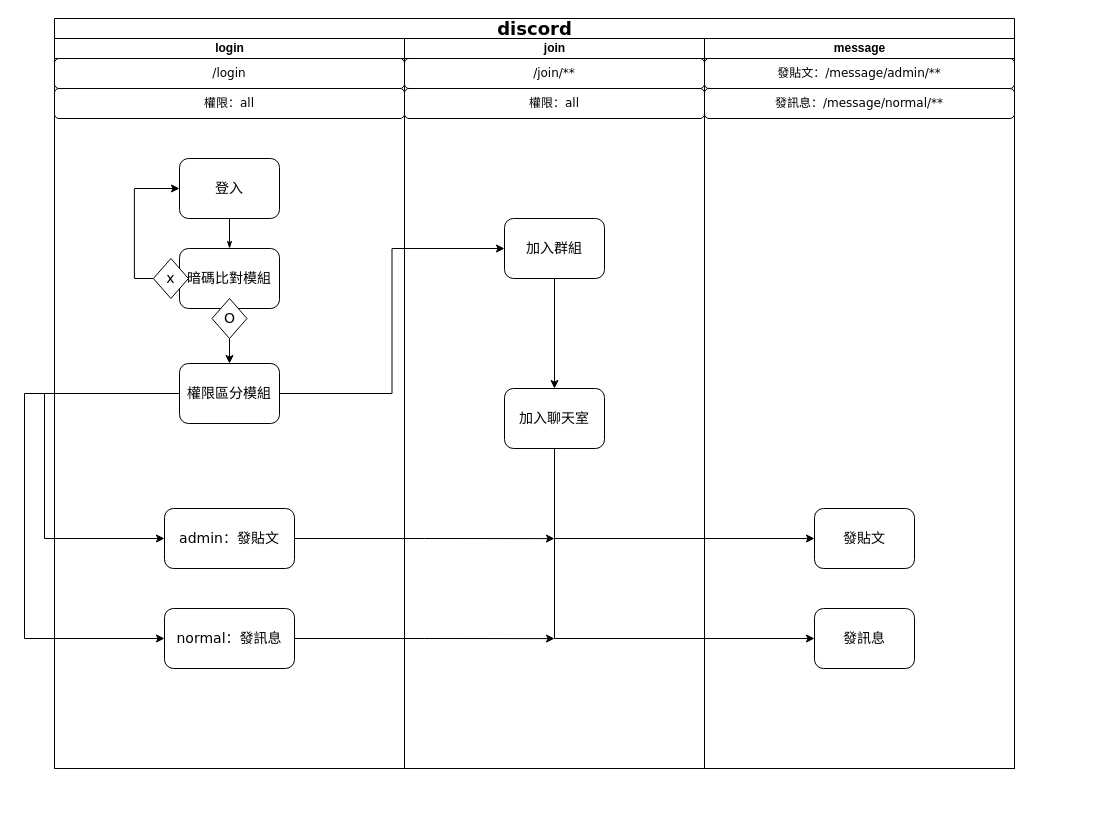
Before: uml.drawio in Vinskao/discord, a draw.io diagram. Source tidied: cells renumbered, new cells numbered last; positions are measured from the earlier drawing's top-left corner, leaving out a move shared by most shapes. Both pictures are drawn from the tidied source at 100%, with x=0, y=0 at pixel (24, 18).
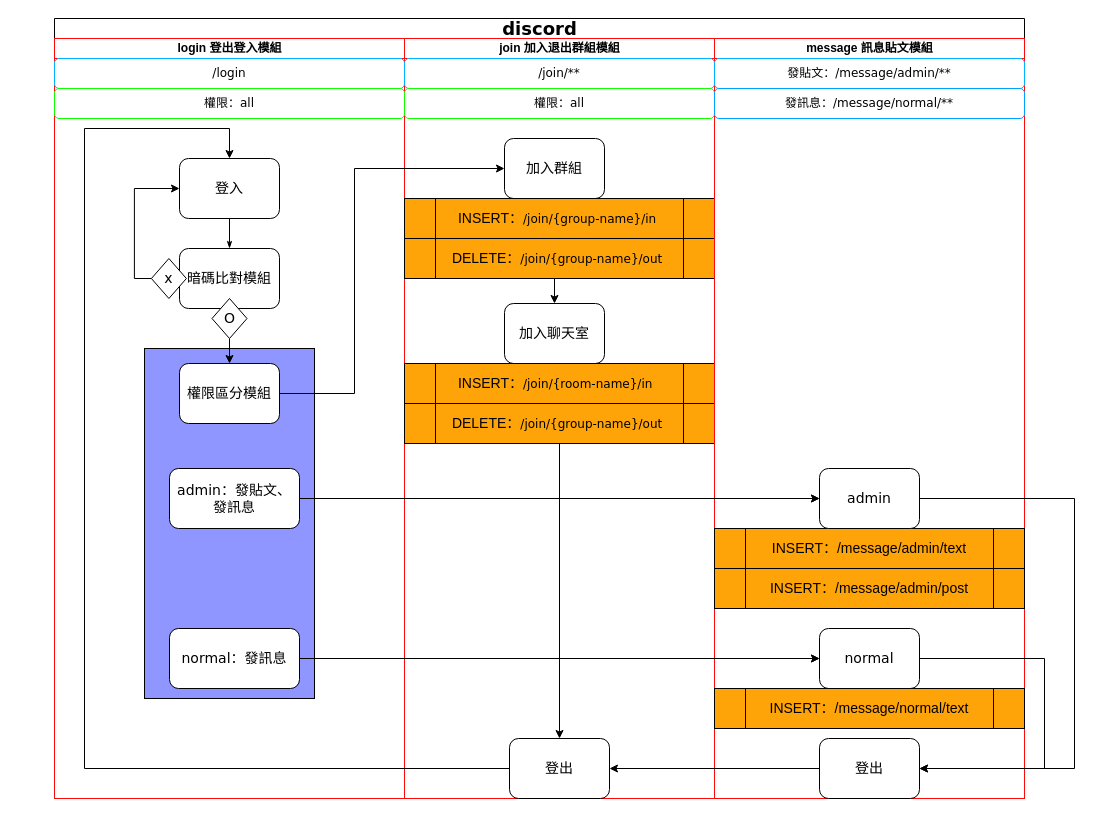
Above is the later version.

Unchanged cells that the change refers to:
```xml
<mxCell id="4" value="&lt;font style=&quot;font-size: 14px;&quot;&gt;登入&lt;/font&gt;" style="rounded=1;whiteSpace=wrap;html=1;shadow=0;labelBackgroundColor=none;strokeWidth=1;fontFamily=Verdana;fontSize=8;align=center;" parent="3" vertex="1">
  <mxGeometry x="125" y="120" width="100" height="60" as="geometry" />
</mxCell>
<mxCell id="16" value="&lt;font style=&quot;font-size: 14px;&quot;&gt;權限區分模組&lt;/font&gt;" style="rounded=1;whiteSpace=wrap;html=1;shadow=0;labelBackgroundColor=none;strokeWidth=1;fontFamily=Verdana;fontSize=8;align=center;" parent="3" vertex="1">
  <mxGeometry x="125" y="325" width="100" height="60" as="geometry" />
</mxCell>
```

Diff of the diagram source:
```diff
@@
     <mxCell id="2" value="&lt;font style=&quot;font-size: 18px;&quot;&gt;discord&lt;/font&gt;" style="swimlane;html=1;startSize=20;rounded=0;shadow=0;labelBackgroundColor=none;strokeWidth=1;fontFamily=Verdana;fontSize=8;align=center;" parent="1" vertex="1">
-      <mxGeometry x="30" width="960" height="750" as="geometry" />
+      <mxGeometry x="30" width="970" height="780" as="geometry" />
     </mxCell>
+    <mxCell id="36" style="edgeStyle=orthogonalEdgeStyle;rounded=0;jettySize=auto;html=1;exitX=0.5;exitY=1;exitDx=0;exitDy=0;entryX=0;entryY=0.5;entryDx=0;entryDy=0;" parent="2" edge="1" source="41" target="34">
+      <mxGeometry relative="1" as="geometry" />
+    </mxCell>
-    <mxCell id="3" value="login" style="swimlane;html=1;startSize=20;" parent="2" vertex="1">
-      <mxGeometry y="20" width="350" height="730" as="geometry" />
+    <mxCell id="3" value="login 登出登入模組" style="swimlane;html=1;startSize=20;strokeColor=#FF0808;" parent="2" vertex="1">
+      <mxGeometry y="20" width="350" height="760" as="geometry" />
     </mxCell>
+    <mxCell id="37" style="rounded=0;whiteSpace=wrap;html=1;fillColor=#8F96FF;" parent="3" vertex="1">
+      <mxGeometry x="90" y="310" width="170" height="350" as="geometry" />
+    </mxCell>
@@
-    <mxCell id="6" style="edgeStyle=orthogonalEdgeStyle;rounded=0;jettySize=auto;html=1;exitX=1;exitY=0.5;exitDx=0;exitDy=0;" parent="3" edge="1" source="7">
-      <mxGeometry relative="1" as="geometry">
-        <mxPoint x="500" y="500.1" as="targetPoint" />
-      </mxGeometry>
-    </mxCell>
-    <mxCell id="7" value="&lt;font style=&quot;font-size: 14px;&quot;&gt;admin：發貼文&lt;/font&gt;" style="rounded=1;whiteSpace=wrap;html=1;shadow=0;labelBackgroundColor=none;strokeWidth=1;fontFamily=Verdana;fontSize=8;align=center;" parent="3" vertex="1">
-      <mxGeometry x="110" y="470" width="130" height="60" as="geometry" />
-    </mxCell>
-    <mxCell id="8" value="&lt;font style=&quot;font-size: 12px;&quot;&gt;/login&lt;/font&gt;" style="rounded=1;whiteSpace=wrap;html=1;shadow=0;labelBackgroundColor=none;strokeWidth=1;fontFamily=Verdana;fontSize=8;align=center;" parent="3" vertex="1">
+    <mxCell id="8" value="&lt;font style=&quot;font-size: 12px;&quot;&gt;/login&lt;/font&gt;" style="rounded=1;whiteSpace=wrap;html=1;shadow=0;labelBackgroundColor=none;strokeWidth=1;fontFamily=Verdana;fontSize=8;align=center;strokeColor=#00B3FF;" parent="3" vertex="1">
       <mxGeometry y="20" width="350" height="30" as="geometry" />
     </mxCell>
@@
     <mxCell id="11" value="&lt;font style=&quot;font-size: 14px;&quot;&gt;x&lt;/font&gt;" style="rhombus;whiteSpace=wrap;html=1;rounded=0;shadow=0;labelBackgroundColor=none;strokeWidth=1;fontFamily=Verdana;fontSize=8;align=center;" parent="3" vertex="1">
-      <mxGeometry x="98.9" y="220" width="35" height="40" as="geometry" />
+      <mxGeometry x="96.9" y="220" width="35" height="40" as="geometry" />
     </mxCell>
@@
-    <mxCell id="14" style="edgeStyle=orthogonalEdgeStyle;rounded=0;jettySize=auto;html=1;exitX=0;exitY=0.5;exitDx=0;exitDy=0;entryX=0;entryY=0.5;entryDx=0;entryDy=0;" parent="3" edge="1" source="16" target="7">
-      <mxGeometry relative="1" as="geometry">
-        <Array as="points">
-          <mxPoint x="-10" y="355" />
-          <mxPoint x="-10" y="500" />
-        </Array>
-      </mxGeometry>
-    </mxCell>
-    <mxCell id="15" style="edgeStyle=orthogonalEdgeStyle;rounded=0;jettySize=auto;html=1;exitX=0;exitY=0.5;exitDx=0;exitDy=0;entryX=0;entryY=0.5;entryDx=0;entryDy=0;" parent="3" edge="1" source="16" target="18">
-      <mxGeometry relative="1" as="geometry">
-        <Array as="points">
-          <mxPoint x="-30" y="355" />
-          <mxPoint x="-30" y="600" />
-        </Array>
-      </mxGeometry>
-    </mxCell>
@@
-    <mxCell id="17" style="edgeStyle=orthogonalEdgeStyle;rounded=0;jettySize=auto;html=1;exitX=1;exitY=0.5;exitDx=0;exitDy=0;" parent="3" edge="1" source="18">
-      <mxGeometry relative="1" as="geometry">
-        <mxPoint x="500" y="600.1" as="targetPoint" />
-      </mxGeometry>
-    </mxCell>
-    <mxCell id="18" value="&lt;font style=&quot;font-size: 14px;&quot;&gt;normal：發訊息&lt;/font&gt;" style="rounded=1;whiteSpace=wrap;html=1;shadow=0;labelBackgroundColor=none;strokeWidth=1;fontFamily=Verdana;fontSize=8;align=center;" parent="3" vertex="1">
-      <mxGeometry x="110" y="570" width="130" height="60" as="geometry" />
-    </mxCell>
-    <mxCell id="19" value="&lt;font style=&quot;font-size: 12px;&quot;&gt;權限：all&lt;/font&gt;" style="rounded=1;whiteSpace=wrap;html=1;shadow=0;labelBackgroundColor=none;strokeWidth=1;fontFamily=Verdana;fontSize=8;align=center;" parent="3" vertex="1">
+    <mxCell id="19" value="&lt;font style=&quot;font-size: 12px;&quot;&gt;權限：all&lt;/font&gt;" style="rounded=1;whiteSpace=wrap;html=1;shadow=0;labelBackgroundColor=none;strokeWidth=1;fontFamily=Verdana;fontSize=8;align=center;strokeColor=#11FF00;" parent="3" vertex="1">
       <mxGeometry y="50" width="350" height="30" as="geometry" />
     </mxCell>
@@
-    <mxCell id="22" value="join" style="swimlane;html=1;startSize=20;" parent="2" vertex="1">
-      <mxGeometry x="350" y="20" width="300" height="730" as="geometry" />
+    <mxCell id="22" value="join 加入退出群組模組" style="swimlane;html=1;startSize=20;strokeColor=#FF0808;" parent="2" vertex="1">
+      <mxGeometry x="350" y="20" width="310" height="760" as="geometry" />
     </mxCell>
@@
+    <mxCell id="38" style="edgeStyle=orthogonalEdgeStyle;rounded=0;jettySize=auto;html=1;" parent="22" edge="1" source="24" target="39">
+      <mxGeometry relative="1" as="geometry" />
+    </mxCell>
     <mxCell id="24" value="&lt;font style=&quot;font-size: 14px;&quot;&gt;加入群組&lt;/font&gt;" style="rounded=1;whiteSpace=wrap;html=1;shadow=0;labelBackgroundColor=none;strokeWidth=1;fontFamily=Verdana;fontSize=8;align=center;" parent="22" vertex="1">
-      <mxGeometry x="100" y="180" width="100" height="60" as="geometry" />
+      <mxGeometry x="100" y="100" width="100" height="60" as="geometry" />
     </mxCell>
-    <mxCell id="25" value="&lt;font style=&quot;font-size: 12px;&quot;&gt;/join/**&lt;/font&gt;" style="rounded=1;whiteSpace=wrap;html=1;shadow=0;labelBackgroundColor=none;strokeWidth=1;fontFamily=Verdana;fontSize=8;align=center;" parent="22" vertex="1">
-      <mxGeometry y="20" width="300" height="30" as="geometry" />
+    <mxCell id="25" value="&lt;font style=&quot;font-size: 12px;&quot;&gt;/join/**&lt;/font&gt;" style="rounded=1;whiteSpace=wrap;html=1;shadow=0;labelBackgroundColor=none;strokeWidth=1;fontFamily=Verdana;fontSize=8;align=center;strokeColor=#00B3FF;" parent="22" vertex="1">
+      <mxGeometry y="20" width="310" height="30" as="geometry" />
     </mxCell>
     <mxCell id="26" value="&lt;font style=&quot;font-size: 14px;&quot;&gt;加入聊天室&lt;/font&gt;" style="rounded=1;whiteSpace=wrap;html=1;shadow=0;labelBackgroundColor=none;strokeWidth=1;fontFamily=Verdana;fontSize=8;align=center;" parent="22" vertex="1">
-      <mxGeometry x="100" y="350" width="100" height="60" as="geometry" />
+      <mxGeometry x="100" y="265" width="100" height="60" as="geometry" />
     </mxCell>
-    <mxCell id="27" value="&lt;font style=&quot;font-size: 12px;&quot;&gt;權限：all&lt;/font&gt;" style="rounded=1;whiteSpace=wrap;html=1;shadow=0;labelBackgroundColor=none;strokeWidth=1;fontFamily=Verdana;fontSize=8;align=center;" parent="22" vertex="1">
-      <mxGeometry y="50" width="300" height="30" as="geometry" />
+    <mxCell id="27" value="&lt;font style=&quot;font-size: 12px;&quot;&gt;權限：all&lt;/font&gt;" style="rounded=1;whiteSpace=wrap;html=1;shadow=0;labelBackgroundColor=none;strokeWidth=1;fontFamily=Verdana;fontSize=8;align=center;strokeColor=#11FF00;" parent="22" vertex="1">
+      <mxGeometry y="50" width="310" height="30" as="geometry" />
     </mxCell>
+    <mxCell id="39" value="&lt;div&gt;&lt;span style=&quot;font-size: 14px;&quot;&gt;INSERT：&lt;/span&gt;&lt;span style=&quot;font-family: Verdana; background-color: initial;&quot;&gt;/join/{group-name}/in&lt;/span&gt;&lt;span style=&quot;font-size: 14px; background-color: initial;&quot;&gt;&amp;nbsp;&lt;/span&gt;&lt;/div&gt;" style="shape=process;whiteSpace=wrap;html=1;backgroundOutline=1;fillColor=#FFA408;" parent="22" vertex="1">
+      <mxGeometry y="160" width="310" height="40" as="geometry" />
+    </mxCell>
+    <mxCell id="40" value="&lt;div&gt;&lt;span style=&quot;font-size: 14px;&quot;&gt;DELETE：&lt;/span&gt;&lt;span style=&quot;font-family: Verdana; background-color: initial;&quot;&gt;/join/{group-name}/out&lt;/span&gt;&lt;span style=&quot;font-size: 14px; background-color: initial;&quot;&gt;&amp;nbsp;&lt;/span&gt;&lt;/div&gt;" style="shape=process;whiteSpace=wrap;html=1;backgroundOutline=1;fillColor=#FFA408;" parent="22" vertex="1">
+      <mxGeometry y="200" width="310" height="40" as="geometry" />
+    </mxCell>
+    <mxCell id="41" value="&lt;span style=&quot;font-size: 14px;&quot;&gt;INSERT：&lt;/span&gt;&lt;span style=&quot;background-color: initial; font-family: Verdana;&quot;&gt;/join/{room-name}/in&lt;/span&gt;&lt;span style=&quot;background-color: initial; font-size: 14px;&quot;&gt;&amp;nbsp;&amp;nbsp;&lt;/span&gt;" style="shape=process;whiteSpace=wrap;html=1;backgroundOutline=1;fillColor=#FFA408;" parent="22" vertex="1">
+      <mxGeometry y="325" width="310" height="40" as="geometry" />
+    </mxCell>
+    <mxCell id="42" style="edgeStyle=orthogonalEdgeStyle;rounded=0;jettySize=auto;html=1;exitX=0.5;exitY=1;exitDx=0;exitDy=0;entryX=0.5;entryY=0;entryDx=0;entryDy=0;" parent="22" edge="1" source="43" target="44">
+      <mxGeometry relative="1" as="geometry" />
+    </mxCell>
+    <mxCell id="43" value="&lt;div&gt;&lt;span style=&quot;font-size: 14px;&quot;&gt;DELETE：&lt;/span&gt;&lt;span style=&quot;font-family: Verdana; background-color: initial;&quot;&gt;/join/{group-name}/out&lt;/span&gt;&lt;span style=&quot;font-size: 14px; background-color: initial;&quot;&gt;&amp;nbsp;&lt;/span&gt;&lt;/div&gt;" style="shape=process;whiteSpace=wrap;html=1;backgroundOutline=1;fillColor=#FFA408;" parent="22" vertex="1">
+      <mxGeometry y="365" width="310" height="40" as="geometry" />
+    </mxCell>
+    <mxCell id="44" value="&lt;span style=&quot;font-size: 14px;&quot;&gt;登出&lt;/span&gt;" style="rounded=1;whiteSpace=wrap;html=1;shadow=0;labelBackgroundColor=none;strokeWidth=1;fontFamily=Verdana;fontSize=8;align=center;" parent="22" vertex="1">
+      <mxGeometry x="105" y="700" width="100" height="60" as="geometry" />
+    </mxCell>
     <mxCell id="28" style="edgeStyle=orthogonalEdgeStyle;rounded=0;jettySize=auto;html=1;exitX=1;exitY=0.5;exitDx=0;exitDy=0;entryX=0;entryY=0.5;entryDx=0;entryDy=0;" parent="2" edge="1" source="16" target="24">
-      <mxGeometry relative="1" as="geometry" />
+      <mxGeometry relative="1" as="geometry">
+        <Array as="points">
+          <mxPoint x="300" y="375" />
+          <mxPoint x="300" y="150" />
+        </Array>
+      </mxGeometry>
     </mxCell>
-    <mxCell id="29" style="edgeStyle=orthogonalEdgeStyle;rounded=0;jettySize=auto;html=1;exitX=0.5;exitY=1;exitDx=0;exitDy=0;entryX=0;entryY=0.5;entryDx=0;entryDy=0;" parent="2" edge="1" source="26" target="33">
-      <mxGeometry relative="1" as="geometry" />
+    <mxCell id="29" style="edgeStyle=orthogonalEdgeStyle;rounded=0;jettySize=auto;html=1;entryX=0;entryY=0.5;entryDx=0;entryDy=0;" parent="2" edge="1" target="33">
+      <mxGeometry relative="1" as="geometry">
+        <mxPoint x="505" y="430" as="sourcePoint" />
+        <Array as="points">
+          <mxPoint x="505" y="480" />
+        </Array>
+      </mxGeometry>
     </mxCell>
-    <mxCell id="30" style="edgeStyle=orthogonalEdgeStyle;rounded=0;jettySize=auto;html=1;exitX=0.5;exitY=1;exitDx=0;exitDy=0;entryX=0;entryY=0.5;entryDx=0;entryDy=0;" parent="2" edge="1" source="26" target="34">
-      <mxGeometry relative="1" as="geometry" />
-    </mxCell>
-    <mxCell id="31" value="message" style="swimlane;html=1;startSize=20;" parent="2" vertex="1">
-      <mxGeometry x="650" y="20" width="310" height="730" as="geometry" />
+    <mxCell id="31" value="message 訊息貼文模組" style="swimlane;html=1;startSize=20;strokeColor=#FF0808;" parent="2" vertex="1">
+      <mxGeometry x="660" y="20" width="310" height="760" as="geometry" />
     </mxCell>
-    <mxCell id="32" value="&lt;font style=&quot;font-size: 12px;&quot;&gt;發貼文：/message/admin/**&lt;/font&gt;" style="rounded=1;whiteSpace=wrap;html=1;shadow=0;labelBackgroundColor=none;strokeWidth=1;fontFamily=Verdana;fontSize=8;align=center;" parent="31" vertex="1">
+    <mxCell id="32" value="&lt;font style=&quot;font-size: 12px;&quot;&gt;發貼文：/message/admin/**&lt;/font&gt;" style="rounded=1;whiteSpace=wrap;html=1;shadow=0;labelBackgroundColor=none;strokeWidth=1;fontFamily=Verdana;fontSize=8;align=center;strokeColor=#00B3FF;" parent="31" vertex="1">
       <mxGeometry y="20" width="310" height="30" as="geometry" />
     </mxCell>
+    <mxCell id="35" value="&lt;font style=&quot;font-size: 12px;&quot;&gt;發訊息：/message/normal/**&lt;/font&gt;" style="rounded=1;whiteSpace=wrap;html=1;shadow=0;labelBackgroundColor=none;strokeWidth=1;fontFamily=Verdana;fontSize=8;align=center;strokeColor=#00A2FF;" parent="31" vertex="1">
+      <mxGeometry y="50" width="310" height="30" as="geometry" />
+    </mxCell>
+    <mxCell id="45" value="&lt;span style=&quot;font-size: 14px;&quot;&gt;INSERT：/message/admin/text&lt;/span&gt;" style="shape=process;whiteSpace=wrap;html=1;backgroundOutline=1;fillColor=#FFA408;" parent="31" vertex="1">
+      <mxGeometry y="490" width="310" height="40" as="geometry" />
+    </mxCell>
+    <mxCell id="18" value="&lt;font style=&quot;font-size: 14px;&quot;&gt;normal：發訊息&lt;/font&gt;" style="rounded=1;whiteSpace=wrap;html=1;shadow=0;labelBackgroundColor=none;strokeWidth=1;fontFamily=Verdana;fontSize=8;align=center;" parent="31" vertex="1">
+      <mxGeometry x="-545" y="590" width="130" height="60" as="geometry" />
+    </mxCell>
+    <mxCell id="46" style="edgeStyle=orthogonalEdgeStyle;rounded=0;jettySize=auto;html=1;exitX=1;exitY=0.5;exitDx=0;exitDy=0;entryX=1;entryY=0.5;entryDx=0;entryDy=0;" parent="31" edge="1" source="34" target="50">
+      <mxGeometry relative="1" as="geometry">
+        <Array as="points">
+          <mxPoint x="330" y="620" />
+          <mxPoint x="330" y="730" />
+        </Array>
+      </mxGeometry>
+    </mxCell>
+    <mxCell id="34" value="&lt;font style=&quot;font-size: 14px;&quot;&gt;normal&lt;/font&gt;" style="rounded=1;whiteSpace=wrap;html=1;shadow=0;labelBackgroundColor=none;strokeWidth=1;fontFamily=Verdana;fontSize=8;align=center;" parent="31" vertex="1">
+      <mxGeometry x="105" y="590" width="100" height="60" as="geometry" />
+    </mxCell>
+    <mxCell id="47" style="edgeStyle=orthogonalEdgeStyle;rounded=0;jettySize=auto;html=1;exitX=1;exitY=0.5;exitDx=0;exitDy=0;entryX=1;entryY=0.5;entryDx=0;entryDy=0;" parent="31" edge="1" source="33" target="50">
+      <mxGeometry relative="1" as="geometry">
+        <Array as="points">
+          <mxPoint x="360" y="460" />
+          <mxPoint x="360" y="730" />
+        </Array>
+      </mxGeometry>
+    </mxCell>
-    <mxCell id="33" value="&lt;font style=&quot;font-size: 14px;&quot;&gt;發貼文&lt;/font&gt;" style="rounded=1;whiteSpace=wrap;html=1;shadow=0;labelBackgroundColor=none;strokeWidth=1;fontFamily=Verdana;fontSize=8;align=center;" parent="31" vertex="1">
-      <mxGeometry x="110" y="470" width="100" height="60" as="geometry" />
+    <mxCell id="33" value="&lt;span style=&quot;font-size: 14px;&quot;&gt;admin&lt;/span&gt;" style="rounded=1;whiteSpace=wrap;html=1;shadow=0;labelBackgroundColor=none;strokeWidth=1;fontFamily=Verdana;fontSize=8;align=center;" parent="31" vertex="1">
+      <mxGeometry x="105" y="430" width="100" height="60" as="geometry" />
     </mxCell>
-    <mxCell id="34" value="&lt;font style=&quot;font-size: 14px;&quot;&gt;發訊息&lt;/font&gt;" style="rounded=1;whiteSpace=wrap;html=1;shadow=0;labelBackgroundColor=none;strokeWidth=1;fontFamily=Verdana;fontSize=8;align=center;" parent="31" vertex="1">
-      <mxGeometry x="110" y="570" width="100" height="60" as="geometry" />
-    </mxCell>
-    <mxCell id="35" value="&lt;font style=&quot;font-size: 12px;&quot;&gt;發訊息：/message/normal/**&lt;/font&gt;" style="rounded=1;whiteSpace=wrap;html=1;shadow=0;labelBackgroundColor=none;strokeWidth=1;fontFamily=Verdana;fontSize=8;align=center;" parent="31" vertex="1">
-      <mxGeometry y="50" width="310" height="30" as="geometry" />
-    </mxCell>
+    <mxCell id="7" value="&lt;font style=&quot;font-size: 14px;&quot;&gt;admin：發貼文、&lt;/font&gt;&lt;div&gt;&lt;font style=&quot;font-size: 14px;&quot;&gt;發訊息&lt;/font&gt;&lt;/div&gt;" style="rounded=1;whiteSpace=wrap;html=1;shadow=0;labelBackgroundColor=none;strokeWidth=1;fontFamily=Verdana;fontSize=8;align=center;" parent="31" vertex="1">
+      <mxGeometry x="-545" y="430" width="130" height="60" as="geometry" />
+    </mxCell>
+    <mxCell id="17" style="edgeStyle=orthogonalEdgeStyle;rounded=0;jettySize=auto;html=1;exitX=1;exitY=0.5;exitDx=0;exitDy=0;entryX=0;entryY=0.5;entryDx=0;entryDy=0;" parent="31" edge="1" source="18" target="34">
+      <mxGeometry relative="1" as="geometry" />
+    </mxCell>
+    <mxCell id="6" style="edgeStyle=orthogonalEdgeStyle;rounded=0;jettySize=auto;html=1;exitX=1;exitY=0.5;exitDx=0;exitDy=0;entryX=0;entryY=0.5;entryDx=0;entryDy=0;" parent="31" edge="1" source="7" target="33">
+      <mxGeometry relative="1" as="geometry" />
+    </mxCell>
+    <mxCell id="48" value="&lt;span style=&quot;font-size: 14px;&quot;&gt;INSERT：/message/admin/post&lt;/span&gt;" style="shape=process;whiteSpace=wrap;html=1;backgroundOutline=1;fillColor=#FFA408;" parent="31" vertex="1">
+      <mxGeometry y="530" width="310" height="40" as="geometry" />
+    </mxCell>
+    <mxCell id="49" value="&lt;span style=&quot;font-size: 14px;&quot;&gt;INSERT：/message/normal/text&lt;/span&gt;" style="shape=process;whiteSpace=wrap;html=1;backgroundOutline=1;fillColor=#FFA408;" parent="31" vertex="1">
+      <mxGeometry y="650" width="310" height="40" as="geometry" />
+    </mxCell>
+    <mxCell id="50" value="&lt;span style=&quot;font-size: 14px;&quot;&gt;登出&lt;/span&gt;" style="rounded=1;whiteSpace=wrap;html=1;shadow=0;labelBackgroundColor=none;strokeWidth=1;fontFamily=Verdana;fontSize=8;align=center;" parent="31" vertex="1">
+      <mxGeometry x="105" y="700" width="100" height="60" as="geometry" />
+    </mxCell>
+    <mxCell id="51" style="edgeStyle=orthogonalEdgeStyle;rounded=0;jettySize=auto;html=1;exitX=0;exitY=0.5;exitDx=0;exitDy=0;entryX=1;entryY=0.5;entryDx=0;entryDy=0;" parent="2" edge="1" source="50" target="44">
+      <mxGeometry relative="1" as="geometry" />
+    </mxCell>
+    <mxCell id="52" style="edgeStyle=orthogonalEdgeStyle;rounded=0;jettySize=auto;html=1;exitX=0;exitY=0.5;exitDx=0;exitDy=0;entryX=0.5;entryY=0;entryDx=0;entryDy=0;" parent="2" edge="1" source="44" target="4">
+      <mxGeometry relative="1" as="geometry">
+        <Array as="points">
+          <mxPoint x="30" y="750" />
+          <mxPoint x="30" y="110" />
+          <mxPoint x="175" y="110" />
+        </Array>
+      </mxGeometry>
+    </mxCell>
```
